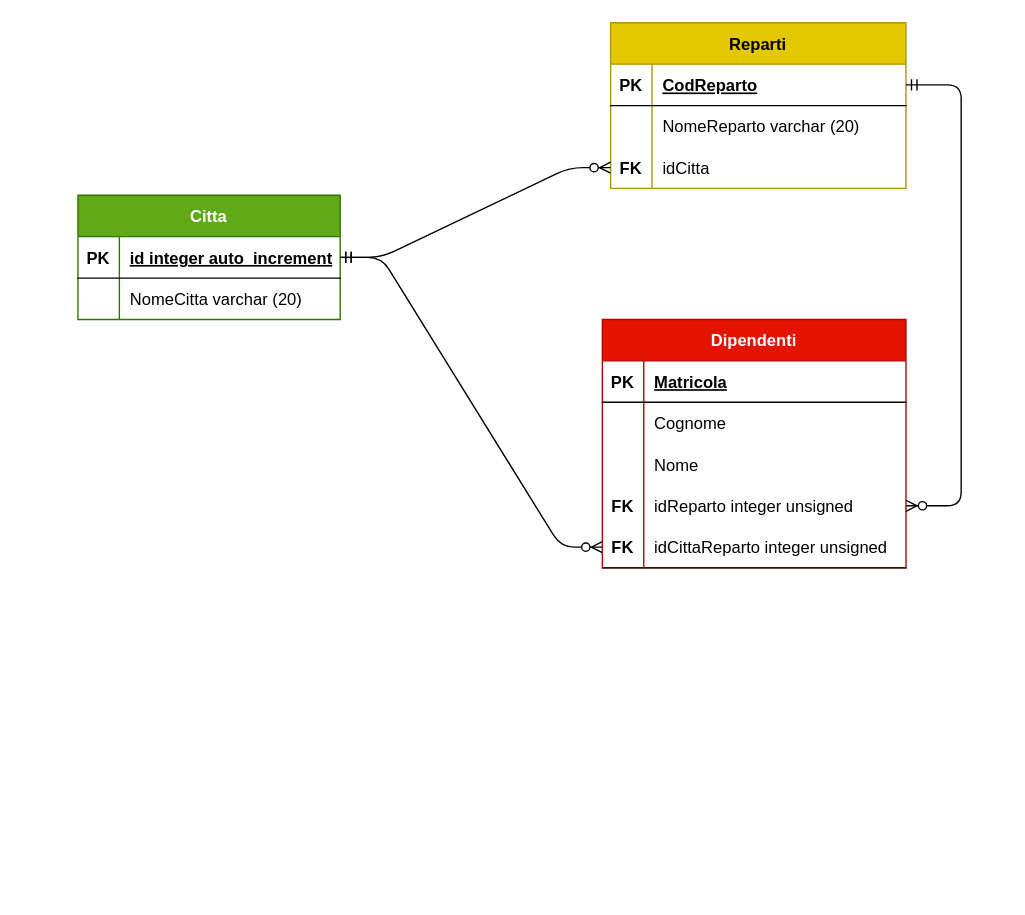
Above: CS1_7pag123/2.0/docs/1_er.drawio in bar0x/SQL (draw.io), before the change. Source tidied: cells renumbered, new cells numbered last; positions are measured from the earlier drawing's top-left corner, leaving out a move shared by most shapes. Both pictures are drawn from the tidied source at 138%, with x=0, y=0 at pixel (77, 22).
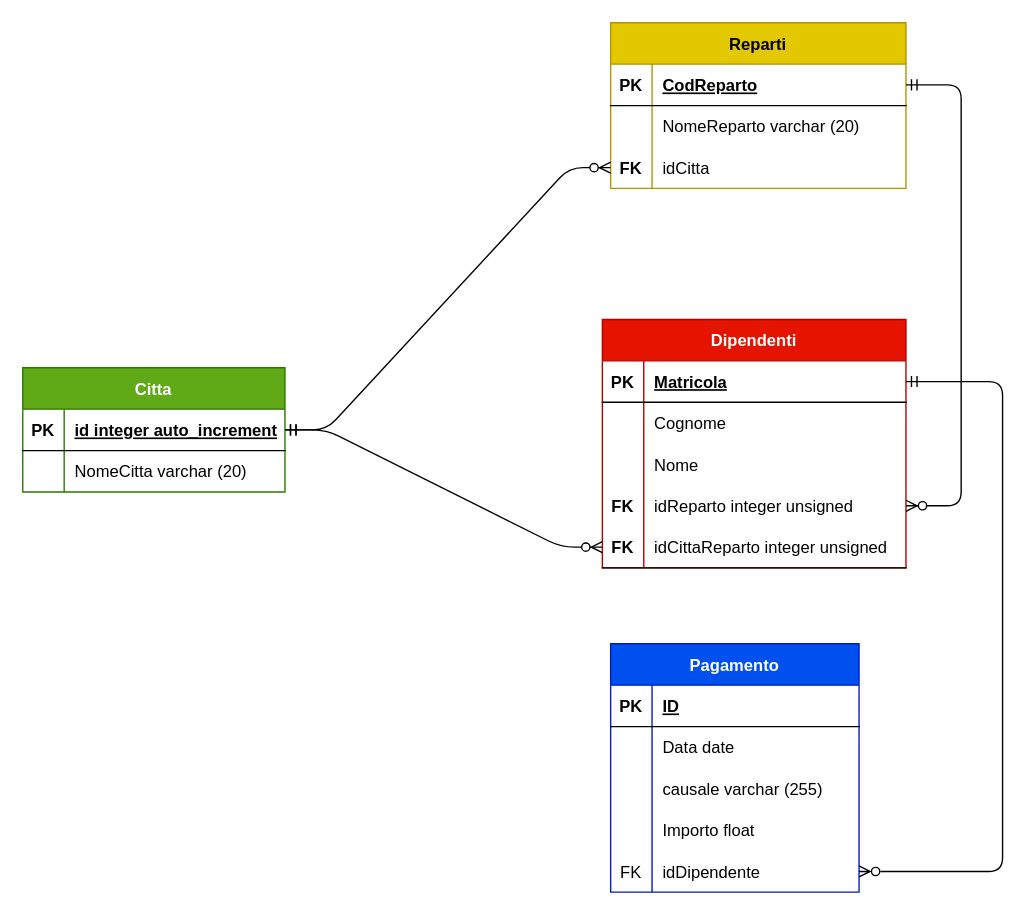
The same page after the edit.

Commit message:
new table "Pagamento"

The change refers to these unchanged cells:
```xml
<mxCell id="20" style="shape=tableRow;horizontal=0;startSize=0;swimlaneHead=0;swimlaneBody=0;fillColor=none;points=[[0,0.5],[1,0.5]];portConstraint=eastwest;top=0;left=0;right=0;bottom=1;" parent="19" vertex="1">
  <mxGeometry y="30" width="220" height="30" as="geometry" />
</mxCell>
```

Diff of the diagram source:
```diff
@@
     <mxCell id="12" value="Citta" style="shape=table;startSize=30;childLayout=tableLayout;rowLines=0;fontStyle=1;align=center;fillColor=#60a917;fontColor=#ffffff;strokeColor=#2D7600;" parent="1" vertex="1">
-      <mxGeometry y="125" width="190" height="90" as="geometry" />
+      <mxGeometry x="-40" y="250" width="190" height="90" as="geometry" />
     </mxCell>
@@
+    <mxCell id="38" value="Pagamento" style="shape=table;startSize=30;childLayout=tableLayout;rowLines=0;fontStyle=1;align=center;fillColor=#0050ef;fontColor=#ffffff;strokeColor=#001DBC;" parent="1" vertex="1">
+      <mxGeometry x="386" y="450" width="180" height="180" as="geometry" />
+    </mxCell>
+    <mxCell id="39" style="shape=tableRow;horizontal=0;startSize=0;swimlaneHead=0;swimlaneBody=0;fillColor=none;top=0;left=0;right=0;bottom=1;" parent="38" vertex="1">
+      <mxGeometry y="30" width="180" height="30" as="geometry" />
+    </mxCell>
+    <mxCell id="40" value="PK" style="shape=partialRectangle;fillColor=none;top=0;left=0;bottom=0;right=0;fontStyle=1;overflow=hidden;" parent="39" vertex="1">
+      <mxGeometry width="30" height="30" as="geometry" />
+    </mxCell>
+    <mxCell id="41" value="ID" style="shape=partialRectangle;fillColor=none;top=0;left=0;bottom=0;right=0;align=left;spacingLeft=6;fontStyle=5;overflow=hidden;" parent="39" vertex="1">
+      <mxGeometry x="30" width="150" height="30" as="geometry" />
+    </mxCell>
+    <mxCell id="42" style="shape=tableRow;horizontal=0;startSize=0;swimlaneHead=0;swimlaneBody=0;fillColor=none;top=0;left=0;right=0;bottom=0;" parent="38" vertex="1">
+      <mxGeometry y="60" width="180" height="30" as="geometry" />
+    </mxCell>
+    <mxCell id="43" style="shape=partialRectangle;fillColor=none;top=0;left=0;bottom=0;right=0;overflow=hidden;" parent="42" vertex="1">
+      <mxGeometry width="30" height="30" as="geometry" />
+    </mxCell>
+    <mxCell id="44" value="Data date" style="shape=partialRectangle;fillColor=none;top=0;left=0;bottom=0;right=0;align=left;spacingLeft=6;overflow=hidden;" parent="42" vertex="1">
+      <mxGeometry x="30" width="150" height="30" as="geometry" />
+    </mxCell>
+    <mxCell id="45" style="shape=tableRow;horizontal=0;startSize=0;swimlaneHead=0;swimlaneBody=0;fillColor=none;top=0;left=0;right=0;bottom=0;" parent="38" vertex="1">
+      <mxGeometry y="90" width="180" height="30" as="geometry" />
+    </mxCell>
+    <mxCell id="46" style="shape=partialRectangle;fillColor=none;top=0;left=0;bottom=0;right=0;overflow=hidden;" parent="45" vertex="1">
+      <mxGeometry width="30" height="30" as="geometry" />
+    </mxCell>
+    <mxCell id="47" value="causale varchar (255)" style="shape=partialRectangle;fillColor=none;top=0;left=0;bottom=0;right=0;align=left;spacingLeft=6;overflow=hidden;" parent="45" vertex="1">
+      <mxGeometry x="30" width="150" height="30" as="geometry" />
+    </mxCell>
+    <mxCell id="48" style="shape=tableRow;horizontal=0;startSize=0;swimlaneHead=0;swimlaneBody=0;fillColor=none;top=0;left=0;right=0;bottom=0;" parent="38" vertex="1">
+      <mxGeometry y="120" width="180" height="30" as="geometry" />
+    </mxCell>
+    <mxCell id="49" style="shape=partialRectangle;fillColor=none;top=0;left=0;bottom=0;right=0;overflow=hidden;" parent="48" vertex="1">
+      <mxGeometry width="30" height="30" as="geometry" />
+    </mxCell>
+    <mxCell id="50" value="Importo float" style="shape=partialRectangle;fillColor=none;top=0;left=0;bottom=0;right=0;align=left;spacingLeft=6;overflow=hidden;" parent="48" vertex="1">
+      <mxGeometry x="30" width="150" height="30" as="geometry" />
+    </mxCell>
+    <mxCell id="51" style="shape=tableRow;horizontal=0;startSize=0;swimlaneHead=0;swimlaneBody=0;fillColor=none;points=[[0,0.5],[1,0.5]];portConstraint=eastwest;top=0;left=0;right=0;bottom=0;" parent="38" vertex="1">
+      <mxGeometry y="150" width="180" height="30" as="geometry" />
+    </mxCell>
+    <mxCell id="52" value="FK" style="shape=partialRectangle;fillColor=none;top=0;left=0;bottom=0;right=0;fontStyle=0;overflow=hidden;" parent="51" vertex="1">
+      <mxGeometry width="30" height="30" as="geometry" />
+    </mxCell>
+    <mxCell id="53" value="idDipendente" style="shape=partialRectangle;fillColor=none;top=0;left=0;bottom=0;right=0;align=left;spacingLeft=6;fontStyle=0;overflow=hidden;" parent="51" vertex="1">
+      <mxGeometry x="30" width="150" height="30" as="geometry" />
+    </mxCell>
+    <mxCell id="54" style="edgeStyle=orthogonalEdgeStyle;html=1;entryX=1;entryY=0.5;entryDx=0;entryDy=0;endArrow=ERzeroToMany;endFill=0;startArrow=ERmandOne;startFill=0;" parent="1" edge="1" source="20" target="51">
+      <mxGeometry relative="1" as="geometry">
+        <Array as="points">
+          <mxPoint x="670" y="260" />
+          <mxPoint x="670" y="615" />
+        </Array>
+      </mxGeometry>
+    </mxCell>
```
